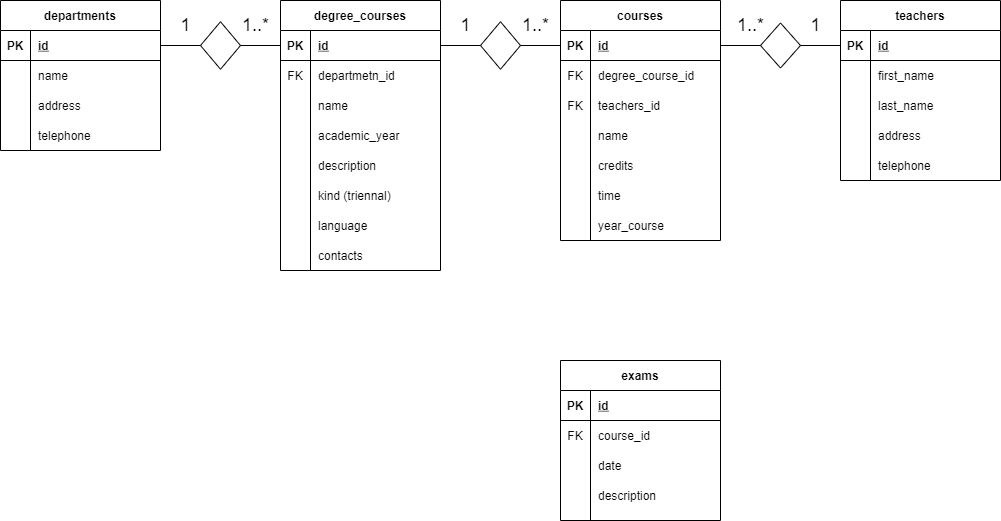
Earlier version of the draw.io export diagramma.png (MascarBone/db-university). Source tidied: cells renumbered, new cells last; positions are measured from the earlier drawing's top-left corner, leaving out a move shared by most shapes.
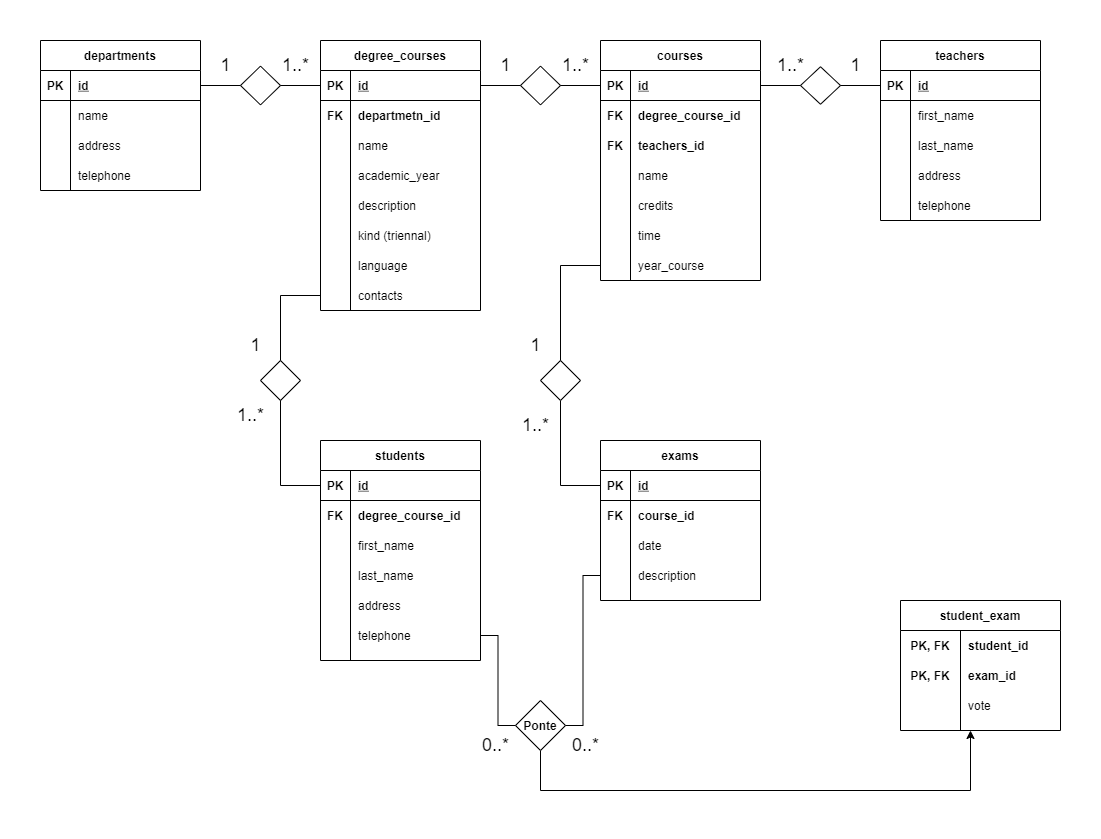
Above is the later version.

Change to the diagram source:
```diff
@@ -56,10 +56,10 @@
     <mxCell id="19" style="shape=partialRectangle;fillColor=none;top=0;left=0;bottom=0;right=0;" parent="15" vertex="1">
       <mxGeometry y="60" width="160" height="30" as="geometry" />
     </mxCell>
-    <mxCell id="20" value="FK" style="shape=partialRectangle;fillColor=none;top=0;left=0;bottom=0;right=0;overflow=hidden;" parent="19" vertex="1">
+    <mxCell id="20" value="FK" style="shape=partialRectangle;fillColor=none;top=0;left=0;bottom=0;right=0;overflow=hidden;fontStyle=1;" parent="19" vertex="1">
       <mxGeometry width="30" height="30" as="geometry" />
     </mxCell>
-    <mxCell id="21" value="departmetn_id" style="shape=partialRectangle;fillColor=none;top=0;left=0;bottom=0;right=0;align=left;spacingLeft=6;overflow=hidden;" parent="19" vertex="1">
+    <mxCell id="21" value="departmetn_id" style="shape=partialRectangle;fillColor=none;top=0;left=0;bottom=0;right=0;align=left;spacingLeft=6;overflow=hidden;fontStyle=1;" parent="19" vertex="1">
       <mxGeometry x="30" width="130" height="30" as="geometry" />
     </mxCell>
     <mxCell id="22" style="shape=partialRectangle;fillColor=none;top=0;left=0;bottom=0;right=0;" parent="15" vertex="1">
@@ -131,19 +131,19 @@
     <mxCell id="44" style="shape=partialRectangle;fillColor=none;top=0;left=0;bottom=0;right=0;" parent="40" vertex="1">
       <mxGeometry y="60" width="160" height="30" as="geometry" />
     </mxCell>
-    <mxCell id="45" value="FK" style="shape=partialRectangle;fillColor=none;top=0;left=0;bottom=0;right=0;overflow=hidden;" parent="44" vertex="1">
+    <mxCell id="45" value="FK" style="shape=partialRectangle;fillColor=none;top=0;left=0;bottom=0;right=0;overflow=hidden;fontStyle=1;" parent="44" vertex="1">
       <mxGeometry width="30" height="30" as="geometry" />
     </mxCell>
-    <mxCell id="46" value="degree_course_id" style="shape=partialRectangle;fillColor=none;top=0;left=0;bottom=0;right=0;align=left;spacingLeft=6;overflow=hidden;" parent="44" vertex="1">
+    <mxCell id="46" value="degree_course_id" style="shape=partialRectangle;fillColor=none;top=0;left=0;bottom=0;right=0;align=left;spacingLeft=6;overflow=hidden;fontStyle=1;" parent="44" vertex="1">
       <mxGeometry x="30" width="130" height="30" as="geometry" />
     </mxCell>
     <mxCell id="47" style="shape=partialRectangle;fillColor=none;top=0;left=0;bottom=0;right=0;" parent="40" vertex="1">
       <mxGeometry y="90" width="160" height="30" as="geometry" />
     </mxCell>
-    <mxCell id="48" value="FK" style="shape=partialRectangle;fillColor=none;top=0;left=0;bottom=0;right=0;overflow=hidden;" parent="47" vertex="1">
+    <mxCell id="48" value="FK" style="shape=partialRectangle;fillColor=none;top=0;left=0;bottom=0;right=0;overflow=hidden;fontStyle=1;" parent="47" vertex="1">
       <mxGeometry width="30" height="30" as="geometry" />
     </mxCell>
-    <mxCell id="49" value="teachers_id" style="shape=partialRectangle;fillColor=none;top=0;left=0;bottom=0;right=0;align=left;spacingLeft=6;overflow=hidden;" parent="47" vertex="1">
+    <mxCell id="49" value="teachers_id" style="shape=partialRectangle;fillColor=none;top=0;left=0;bottom=0;right=0;align=left;spacingLeft=6;overflow=hidden;fontStyle=1;" parent="47" vertex="1">
       <mxGeometry x="30" width="130" height="30" as="geometry" />
     </mxCell>
     <mxCell id="50" style="shape=partialRectangle;fillColor=none;top=0;left=0;bottom=0;right=0;" parent="40" vertex="1">
@@ -183,7 +183,7 @@
       <mxGeometry x="30" width="130" height="30" as="geometry" />
     </mxCell>
     <mxCell id="62" style="shape=rhombus;perimeter=rhombusPerimeter;whiteSpace=wrap;html=1;align=center;" parent="1" vertex="1">
-      <mxGeometry x="200" y="21.2" width="40" height="47.5" as="geometry" />
+      <mxGeometry x="200" y="25.6" width="40" height="38.8" as="geometry" />
     </mxCell>
     <mxCell id="63" style="endArrow=none;html=1;rounded=0;edgeStyle=orthogonalEdgeStyle;entryX=0;entryY=0.5;entryDx=0;entryDy=0;exitX=1;exitY=0.5;exitDx=0;exitDy=0;" parent="1" edge="1" source="3" target="62">
       <mxGeometry relative="1" as="geometry" />
@@ -198,7 +198,7 @@
       <mxGeometry x="235" y="10" width="40" height="30" as="geometry" />
     </mxCell>
     <mxCell id="67" style="shape=rhombus;perimeter=rhombusPerimeter;whiteSpace=wrap;html=1;align=center;" parent="1" vertex="1">
-      <mxGeometry x="480" y="21.2" width="40" height="47.5" as="geometry" />
+      <mxGeometry x="480" y="25.6" width="40" height="38.8" as="geometry" />
     </mxCell>
     <mxCell id="68" style="endArrow=none;html=1;rounded=0;edgeStyle=orthogonalEdgeStyle;entryX=0;entryY=0.5;entryDx=0;entryDy=0;exitX=1;exitY=0.5;exitDx=0;exitDy=0;" parent="1" edge="1" source="16" target="67">
       <mxGeometry relative="1" as="geometry" />
@@ -261,7 +261,7 @@
       <mxGeometry x="30" width="130" height="30" as="geometry" />
     </mxCell>
     <mxCell id="88" style="shape=rhombus;perimeter=rhombusPerimeter;whiteSpace=wrap;html=1;align=center;fontSize=12;" parent="1" vertex="1">
-      <mxGeometry x="760" y="22.5" width="40" height="45" as="geometry" />
+      <mxGeometry x="760" y="26.2" width="40" height="37.5" as="geometry" />
     </mxCell>
     <mxCell id="89" style="endArrow=none;html=1;rounded=0;fontSize=12;edgeStyle=orthogonalEdgeStyle;exitX=1;exitY=0.5;exitDx=0;exitDy=0;entryX=0;entryY=0.5;entryDx=0;entryDy=0;" parent="1" edge="1" source="41" target="88">
       <mxGeometry relative="1" as="geometry" />
@@ -276,7 +276,7 @@
       <mxGeometry x="800" y="10" width="30" height="30" as="geometry" />
     </mxCell>
     <mxCell id="93" value="exams" style="shape=table;startSize=30;rowLines=0;fontStyle=1;align=center;fontSize=12;" parent="1" vertex="1">
-      <mxGeometry x="560" y="360" width="160" height="160" as="geometry" />
+      <mxGeometry x="560" y="400" width="160" height="160" as="geometry" />
     </mxCell>
     <mxCell id="94" style="shape=partialRectangle;fillColor=none;top=0;left=0;bottom=1;right=0;points=[[0,0.5],[1,0.5]];portConstraint=eastwest;fontSize=12;" parent="93" vertex="1">
       <mxGeometry y="30" width="160" height="30" as="geometry" />
@@ -290,10 +290,10 @@
     <mxCell id="97" style="shape=partialRectangle;fillColor=none;top=0;left=0;bottom=0;right=0;fontSize=12;" parent="93" vertex="1">
       <mxGeometry y="60" width="160" height="30" as="geometry" />
     </mxCell>
-    <mxCell id="98" value="FK" style="shape=partialRectangle;fillColor=none;top=0;left=0;bottom=0;right=0;overflow=hidden;fontSize=12;" parent="97" vertex="1">
+    <mxCell id="98" value="FK" style="shape=partialRectangle;fillColor=none;top=0;left=0;bottom=0;right=0;overflow=hidden;fontSize=12;fontStyle=1;" parent="97" vertex="1">
       <mxGeometry width="30" height="30" as="geometry" />
     </mxCell>
-    <mxCell id="99" value="course_id" style="shape=partialRectangle;fillColor=none;top=0;left=0;bottom=0;right=0;align=left;spacingLeft=6;overflow=hidden;fontSize=12;" parent="97" vertex="1">
+    <mxCell id="99" value="course_id" style="shape=partialRectangle;fillColor=none;top=0;left=0;bottom=0;right=0;align=left;spacingLeft=6;overflow=hidden;fontSize=12;fontStyle=1;" parent="97" vertex="1">
       <mxGeometry x="30" width="130" height="30" as="geometry" />
     </mxCell>
     <mxCell id="100" style="shape=partialRectangle;fillColor=none;top=0;left=0;bottom=0;right=0;fontSize=12;" parent="93" vertex="1">
@@ -314,5 +314,161 @@
     <mxCell id="105" value="description" style="shape=partialRectangle;fillColor=none;top=0;left=0;bottom=0;right=0;align=left;spacingLeft=6;overflow=hidden;fontSize=12;" parent="103" vertex="1">
       <mxGeometry x="30" width="130" height="30" as="geometry" />
     </mxCell>
+    <mxCell id="106" style="endArrow=none;html=1;rounded=0;fontSize=12;edgeStyle=orthogonalEdgeStyle;entryX=0;entryY=0.5;entryDx=0;entryDy=0;exitX=0.5;exitY=1;exitDx=0;exitDy=0;" parent="1" edge="1" source="107" target="94">
+      <mxGeometry relative="1" as="geometry">
+        <Array as="points">
+          <mxPoint x="520" y="445" />
+        </Array>
+      </mxGeometry>
+    </mxCell>
+    <mxCell id="107" style="shape=rhombus;perimeter=rhombusPerimeter;whiteSpace=wrap;html=1;align=center;fontSize=12;" parent="1" vertex="1">
+      <mxGeometry x="500" y="320" width="40" height="40" as="geometry" />
+    </mxCell>
+    <mxCell id="108" style="endArrow=none;html=1;rounded=0;fontSize=12;edgeStyle=orthogonalEdgeStyle;entryX=0.5;entryY=0;entryDx=0;entryDy=0;" parent="1" edge="1" source="59" target="107">
+      <mxGeometry relative="1" as="geometry">
+        <Array as="points">
+          <mxPoint x="520" y="225" />
+        </Array>
+      </mxGeometry>
+    </mxCell>
+    <mxCell id="109" value="1" style="text;html=1;align=center;verticalAlign=middle;strokeColor=none;fillColor=none;fontSize=18;" parent="1" vertex="1">
+      <mxGeometry x="480" y="290" width="30" height="30" as="geometry" />
+    </mxCell>
+    <mxCell id="110" value="1..*" style="text;html=1;align=center;verticalAlign=middle;strokeColor=none;fillColor=none;fontSize=18;" parent="1" vertex="1">
+      <mxGeometry x="475" y="370" width="40" height="30" as="geometry" />
+    </mxCell>
+    <mxCell id="111" value="students" style="shape=table;startSize=30;rowLines=0;fontStyle=1;align=center;fontSize=12;" parent="1" vertex="1">
+      <mxGeometry x="280" y="400" width="160" height="220" as="geometry" />
+    </mxCell>
+    <mxCell id="112" style="shape=partialRectangle;fillColor=none;top=0;left=0;bottom=1;right=0;points=[[0,0.5],[1,0.5]];portConstraint=eastwest;fontSize=12;" parent="111" vertex="1">
+      <mxGeometry y="30" width="160" height="30" as="geometry" />
+    </mxCell>
+    <mxCell id="113" value="PK" style="shape=partialRectangle;fillColor=none;top=0;left=0;bottom=0;right=0;fontStyle=1;overflow=hidden;fontSize=12;" parent="112" vertex="1">
+      <mxGeometry width="30" height="30" as="geometry" />
+    </mxCell>
+    <mxCell id="114" value="id" style="shape=partialRectangle;fillColor=none;top=0;left=0;bottom=0;right=0;align=left;spacingLeft=6;fontStyle=5;overflow=hidden;fontSize=12;" parent="112" vertex="1">
+      <mxGeometry x="30" width="130" height="30" as="geometry" />
+    </mxCell>
+    <mxCell id="115" style="shape=partialRectangle;fillColor=none;top=0;left=0;bottom=0;right=0;fontSize=12;" parent="111" vertex="1">
+      <mxGeometry y="60" width="160" height="30" as="geometry" />
+    </mxCell>
+    <mxCell id="116" value="FK" style="shape=partialRectangle;fillColor=none;top=0;left=0;bottom=0;right=0;overflow=hidden;fontSize=12;fontStyle=1;" parent="115" vertex="1">
+      <mxGeometry width="30" height="30" as="geometry" />
+    </mxCell>
+    <mxCell id="117" value="degree_course_id" style="shape=partialRectangle;fillColor=none;top=0;left=0;bottom=0;right=0;align=left;spacingLeft=6;overflow=hidden;fontSize=12;fontStyle=1;" parent="115" vertex="1">
+      <mxGeometry x="30" width="130" height="30" as="geometry" />
+    </mxCell>
+    <mxCell id="118" style="shape=partialRectangle;fillColor=none;top=0;left=0;bottom=0;right=0;fontSize=12;" parent="111" vertex="1">
+      <mxGeometry y="90" width="160" height="30" as="geometry" />
+    </mxCell>
+    <mxCell id="119" style="shape=partialRectangle;fillColor=none;top=0;left=0;bottom=0;right=0;overflow=hidden;fontSize=12;" parent="118" vertex="1">
+      <mxGeometry width="30" height="30" as="geometry" />
+    </mxCell>
+    <mxCell id="120" value="first_name" style="shape=partialRectangle;fillColor=none;top=0;left=0;bottom=0;right=0;align=left;spacingLeft=6;overflow=hidden;fontSize=12;" parent="118" vertex="1">
+      <mxGeometry x="30" width="130" height="30" as="geometry" />
+    </mxCell>
+    <mxCell id="121" style="shape=partialRectangle;fillColor=none;top=0;left=0;bottom=0;right=0;fontSize=12;" parent="111" vertex="1">
+      <mxGeometry y="120" width="160" height="30" as="geometry" />
+    </mxCell>
+    <mxCell id="122" style="shape=partialRectangle;fillColor=none;top=0;left=0;bottom=0;right=0;overflow=hidden;fontSize=12;" parent="121" vertex="1">
+      <mxGeometry width="30" height="30" as="geometry" />
+    </mxCell>
+    <mxCell id="123" value="last_name" style="shape=partialRectangle;fillColor=none;top=0;left=0;bottom=0;right=0;align=left;spacingLeft=6;overflow=hidden;fontSize=12;" parent="121" vertex="1">
+      <mxGeometry x="30" width="130" height="30" as="geometry" />
+    </mxCell>
+    <mxCell id="124" style="shape=partialRectangle;fillColor=none;top=0;left=0;bottom=0;right=0;fontSize=12;" parent="111" vertex="1">
+      <mxGeometry y="150" width="160" height="30" as="geometry" />
+    </mxCell>
+    <mxCell id="125" style="shape=partialRectangle;fillColor=none;top=0;left=0;bottom=0;right=0;overflow=hidden;fontSize=12;" parent="124" vertex="1">
+      <mxGeometry width="30" height="30" as="geometry" />
+    </mxCell>
+    <mxCell id="126" value="address" style="shape=partialRectangle;fillColor=none;top=0;left=0;bottom=0;right=0;align=left;spacingLeft=6;overflow=hidden;fontSize=12;" parent="124" vertex="1">
+      <mxGeometry x="30" width="130" height="30" as="geometry" />
+    </mxCell>
+    <mxCell id="127" style="shape=partialRectangle;fillColor=none;top=0;left=0;bottom=0;right=0;points=[[0,0.5],[1,0.5]];portConstraint=eastwest;fontSize=12;" parent="111" vertex="1">
+      <mxGeometry y="180" width="160" height="30" as="geometry" />
+    </mxCell>
+    <mxCell id="128" style="shape=partialRectangle;fillColor=none;top=0;left=0;bottom=0;right=0;overflow=hidden;fontSize=12;" parent="127" vertex="1">
+      <mxGeometry width="30" height="30" as="geometry" />
+    </mxCell>
+    <mxCell id="129" value="telephone" style="shape=partialRectangle;fillColor=none;top=0;left=0;bottom=0;right=0;align=left;spacingLeft=6;overflow=hidden;fontSize=12;" parent="127" vertex="1">
+      <mxGeometry x="30" width="130" height="30" as="geometry" />
+    </mxCell>
+    <mxCell id="130" style="shape=rhombus;perimeter=rhombusPerimeter;whiteSpace=wrap;html=1;align=center;fontSize=12;" parent="1" vertex="1">
+      <mxGeometry x="220" y="320" width="40" height="40" as="geometry" />
+    </mxCell>
+    <mxCell id="131" style="endArrow=none;html=1;rounded=0;edgeStyle=orthogonalEdgeStyle;exitX=0.5;exitY=0;exitDx=0;exitDy=0;" parent="1" edge="1" source="130" target="37">
+      <mxGeometry relative="1" as="geometry">
+        <Array as="points">
+          <mxPoint x="240" y="255" />
+        </Array>
+      </mxGeometry>
+    </mxCell>
+    <mxCell id="132" style="endArrow=none;html=1;rounded=0;edgeStyle=orthogonalEdgeStyle;entryX=0.5;entryY=1;entryDx=0;entryDy=0;exitX=0;exitY=0.5;exitDx=0;exitDy=0;" parent="1" edge="1" source="112" target="130">
+      <mxGeometry relative="1" as="geometry">
+        <Array as="points">
+          <mxPoint x="240" y="445" />
+        </Array>
+      </mxGeometry>
+    </mxCell>
+    <mxCell id="133" value="1" style="text;html=1;align=center;verticalAlign=middle;strokeColor=none;fillColor=none;fontSize=18;" parent="1" vertex="1">
+      <mxGeometry x="200" y="290" width="30" height="30" as="geometry" />
+    </mxCell>
+    <mxCell id="134" value="1..*" style="text;html=1;align=center;verticalAlign=middle;strokeColor=none;fillColor=none;fontSize=18;" parent="1" vertex="1">
+      <mxGeometry x="190" y="360" width="40" height="30" as="geometry" />
+    </mxCell>
+    <mxCell id="135" style="edgeStyle=orthogonalEdgeStyle;rounded=0;jettySize=auto;html=1;" parent="1" edge="1" source="136" target="141">
+      <mxGeometry relative="1" as="geometry">
+        <Array as="points">
+          <mxPoint x="500" y="750" />
+          <mxPoint x="930" y="750" />
+        </Array>
+      </mxGeometry>
+    </mxCell>
+    <mxCell id="136" value="&lt;b&gt;Ponte&lt;/b&gt;" style="shape=rhombus;perimeter=rhombusPerimeter;whiteSpace=wrap;html=1;align=center;" parent="1" vertex="1">
+      <mxGeometry x="475" y="660" width="50" height="50" as="geometry" />
+    </mxCell>
+    <mxCell id="137" style="endArrow=none;html=1;rounded=0;edgeStyle=orthogonalEdgeStyle;entryX=0;entryY=0.5;entryDx=0;entryDy=0;exitX=1;exitY=0.5;exitDx=0;exitDy=0;" parent="1" edge="1" source="127" target="136">
+      <mxGeometry relative="1" as="geometry" />
+    </mxCell>
+    <mxCell id="138" style="endArrow=none;html=1;rounded=0;edgeStyle=orthogonalEdgeStyle;entryX=1;entryY=0.5;entryDx=0;entryDy=0;exitX=0;exitY=0.5;exitDx=0;exitDy=0;" parent="1" edge="1" source="103" target="136">
+      <mxGeometry relative="1" as="geometry" />
+    </mxCell>
+    <mxCell id="139" value="0..*" style="text;html=1;align=center;verticalAlign=middle;strokeColor=none;fillColor=none;fontSize=18;" parent="1" vertex="1">
+      <mxGeometry x="525" y="690" width="40" height="30" as="geometry" />
+    </mxCell>
+    <mxCell id="140" value="0..*" style="text;html=1;align=center;verticalAlign=middle;strokeColor=none;fillColor=none;fontSize=18;" parent="1" vertex="1">
+      <mxGeometry x="435" y="690" width="40" height="30" as="geometry" />
+    </mxCell>
+    <mxCell id="141" value="student_exam" style="shape=table;startSize=30;rowLines=0;fontStyle=1;align=center;" parent="1" vertex="1">
+      <mxGeometry x="860" y="560" width="160" height="130" as="geometry" />
+    </mxCell>
+    <mxCell id="142" style="shape=partialRectangle;fillColor=none;top=0;left=0;bottom=0;right=0;" parent="141" vertex="1">
+      <mxGeometry y="30" width="160" height="30" as="geometry" />
+    </mxCell>
+    <mxCell id="143" value="PK, FK" style="shape=partialRectangle;fillColor=none;top=0;left=0;bottom=0;right=0;overflow=hidden;fontStyle=1;" parent="142" vertex="1">
+      <mxGeometry width="60" height="30" as="geometry" />
+    </mxCell>
+    <mxCell id="144" value="student_id" style="shape=partialRectangle;fillColor=none;top=0;left=0;bottom=0;right=0;align=left;spacingLeft=6;overflow=hidden;fontStyle=1;" parent="142" vertex="1">
+      <mxGeometry x="60" width="100" height="30" as="geometry" />
+    </mxCell>
+    <mxCell id="145" style="shape=partialRectangle;fillColor=none;top=0;left=0;bottom=0;right=0;" parent="141" vertex="1">
+      <mxGeometry y="60" width="160" height="30" as="geometry" />
+    </mxCell>
+    <mxCell id="146" value="PK, FK" style="shape=partialRectangle;fillColor=none;top=0;left=0;bottom=0;right=0;overflow=hidden;fontStyle=1;" parent="145" vertex="1">
+      <mxGeometry width="60" height="30" as="geometry" />
+    </mxCell>
+    <mxCell id="147" value="exam_id" style="shape=partialRectangle;fillColor=none;top=0;left=0;bottom=0;right=0;align=left;spacingLeft=6;overflow=hidden;fontStyle=1;" parent="145" vertex="1">
+      <mxGeometry x="60" width="100" height="30" as="geometry" />
+    </mxCell>
+    <mxCell id="148" style="shape=partialRectangle;fillColor=none;top=0;left=0;bottom=0;right=0;" parent="141" vertex="1">
+      <mxGeometry y="90" width="160" height="30" as="geometry" />
+    </mxCell>
+    <mxCell id="149" style="shape=partialRectangle;fillColor=none;top=0;left=0;bottom=0;right=0;overflow=hidden;" parent="148" vertex="1">
+      <mxGeometry width="60" height="30" as="geometry" />
+    </mxCell>
+    <mxCell id="150" value="vote" style="shape=partialRectangle;fillColor=none;top=0;left=0;bottom=0;right=0;align=left;spacingLeft=6;overflow=hidden;" parent="148" vertex="1">
+      <mxGeometry x="60" width="100" height="30" as="geometry" />
+    </mxCell>
   </root>
 </mxGraphModel>
```
